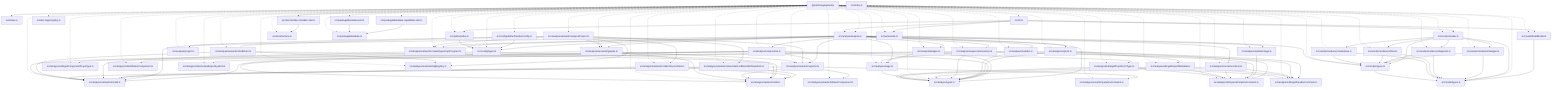
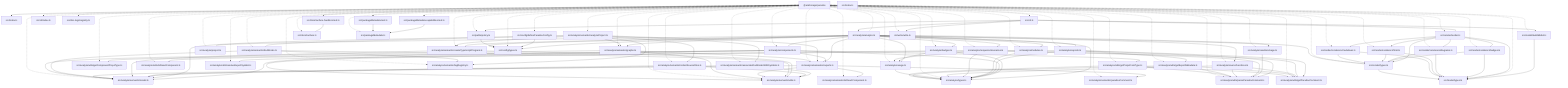
graph TD
  package__ankhorage_paradox["@ankhorage/paradox"]
  entrypoint_src_index_ts["src/index.ts"]
  package__ankhorage_paradox --> entrypoint_src_index_ts
  module_src_analyze_analyze_ts["src/analyze/analyze.ts"]
  package__ankhorage_paradox -.-> module_src_analyze_analyze_ts
  module_src_analyze_analyze_ts --> module_src_analyze_badges_ts
  module_src_analyze_analyze_ts --> module_src_analyze_components_ts
  module_src_analyze_analyze_ts --> module_src_analyze_exports_ts
  module_src_analyze_analyze_ts --> module_src_analyze_modules_ts
  module_src_analyze_analyze_ts --> module_src_analyze_project_ts
  module_src_analyze_analyze_ts --> module_src_analyze_readmeUsage_ts
  module_src_analyze_analyze_ts --> module_src_analyze_semantic_createTypeScriptProgram_ts
  module_src_analyze_analyze_ts --> module_src_analyze_semantic_exports_ts
  module_src_analyze_analyze_ts --> module_src_analyze_semantic_graphs_ts
  module_src_analyze_analyze_ts --> module_src_analyze_sequenceScenarios_ts
  module_src_analyze_analyze_ts --> module_src_analyze_sourceFunctions_ts
  module_src_analyze_analyze_ts --> module_src_analyze_types_ts
  module_src_analyze_analyze_ts --> module_src_analyze_usage_ts
  module_src_analyze_analyze_ts --> module_src_config_types_ts
  module_src_analyze_badges_ts["src/analyze/badges.ts"]
  package__ankhorage_paradox -.-> module_src_analyze_badges_ts
  module_src_analyze_badges_ts --> module_src_analyze_types_ts
  module_src_analyze_badges_ts --> module_src_analyze_usage_ts
  module_src_analyze_components_ts["src/analyze/components.ts"]
  package__ankhorage_paradox -.-> module_src_analyze_components_ts
  module_src_analyze_components_ts --> module_src_analyze_semantic_exports_ts
  module_src_analyze_components_ts --> module_src_analyze_semantic_model_ts
  module_src_analyze_components_ts --> module_src_analyze_types_ts
  module_src_analyze_components_ts --> module_src_analyze_utils_getComponentPropsType_ts
  module_src_analyze_components_ts --> module_src_analyze_utils_getPropsFromType_ts
  module_src_analyze_components_ts --> module_src_analyze_utils_isReactComponent_ts
  module_src_analyze_exports_ts["src/analyze/exports.ts"]
  package__ankhorage_paradox -.-> module_src_analyze_exports_ts
  module_src_analyze_exports_ts --> module_src_analyze_types_ts
  module_src_analyze_exports_ts --> module_src_analyze_utils_getExportMetadata_ts
  module_src_analyze_exports_ts --> module_src_analyze_utils_getParadoxComment_ts
  module_src_analyze_exports_ts --> module_src_analyze_utils_parseParadoxComment_ts
  module_src_analyze_exports_ts --> module_src_analyze_utils_resolveExportSymbol_ts
  module_src_analyze_modules_ts["src/analyze/modules.ts"]
  package__ankhorage_paradox -.-> module_src_analyze_modules_ts
  module_src_analyze_modules_ts --> module_src_analyze_types_ts
  module_src_analyze_project_ts["src/analyze/project.ts"]
  package__ankhorage_paradox -.-> module_src_analyze_project_ts
  module_src_analyze_readmeUsage_ts["src/analyze/readmeUsage.ts"]
  package__ankhorage_paradox -.-> module_src_analyze_readmeUsage_ts
  module_src_analyze_readmeUsage_ts --> module_src_analyze_utils_parseParadoxComment_ts
  module_src_analyze_semantic_analyzeProject_ts["src/analyze/semantic/analyzeProject.ts"]
  package__ankhorage_paradox -.-> module_src_analyze_semantic_analyzeProject_ts
  module_src_analyze_semantic_analyzeProject_ts --> module_src_analyze_semantic_associateDocBlocksWithSymbols_ts
  module_src_analyze_semantic_analyzeProject_ts --> module_src_analyze_semantic_collectSourceFiles_ts
  module_src_analyze_semantic_analyzeProject_ts --> module_src_analyze_semantic_createTypeScriptProgram_ts
  module_src_analyze_semantic_analyzeProject_ts --> module_src_analyze_semantic_docBlocks_ts
  module_src_analyze_semantic_analyzeProject_ts --> module_src_analyze_semantic_exports_ts
  module_src_analyze_semantic_analyzeProject_ts --> module_src_analyze_semantic_graphs_ts
  module_src_analyze_semantic_analyzeProject_ts --> module_src_analyze_semantic_model_ts
  module_src_analyze_semantic_analyzeProject_ts --> module_src_analyze_semantic_tagRegistry_ts
  module_src_analyze_semantic_associateDocBlocksWithSymbols_ts["src/analyze/semantic/associateDocBlocksWithSymbols.ts"]
  package__ankhorage_paradox -.-> module_src_analyze_semantic_associateDocBlocksWithSymbols_ts
  module_src_analyze_semantic_associateDocBlocksWithSymbols_ts --> module_src_analyze_semantic_model_ts
  module_src_analyze_semantic_associateDocBlocksWithSymbols_ts --> module_src_analyze_semantic_utils_ts
  module_src_analyze_semantic_collectSourceFiles_ts["src/analyze/semantic/collectSourceFiles.ts"]
  package__ankhorage_paradox -.-> module_src_analyze_semantic_collectSourceFiles_ts
  module_src_analyze_semantic_collectSourceFiles_ts --> module_src_analyze_semantic_model_ts
  module_src_analyze_semantic_collectSourceFiles_ts --> module_src_analyze_semantic_utils_ts
  module_src_analyze_semantic_createTypeScriptProgram_ts["src/analyze/semantic/createTypeScriptProgram.ts"]
  package__ankhorage_paradox -.-> module_src_analyze_semantic_createTypeScriptProgram_ts
  module_src_analyze_semantic_createTypeScriptProgram_ts --> module_src_analyze_semantic_model_ts
  module_src_analyze_semantic_createTypeScriptProgram_ts --> module_src_analyze_semantic_utils_ts
  module_src_analyze_semantic_docBlocks_ts["src/analyze/semantic/docBlocks.ts"]
  package__ankhorage_paradox -.-> module_src_analyze_semantic_docBlocks_ts
  module_src_analyze_semantic_docBlocks_ts --> module_src_analyze_semantic_model_ts
  module_src_analyze_semantic_docBlocks_ts --> module_src_analyze_semantic_tagRegistry_ts
  module_src_analyze_semantic_docBlocks_ts --> module_src_analyze_semantic_utils_ts
  module_src_analyze_semantic_exports_ts["src/analyze/semantic/exports.ts"]
  package__ankhorage_paradox -.-> module_src_analyze_semantic_exports_ts
  module_src_analyze_semantic_exports_ts --> module_src_analyze_semantic_isReactComponent_ts
  module_src_analyze_semantic_exports_ts --> module_src_analyze_semantic_model_ts
  module_src_analyze_semantic_exports_ts --> module_src_analyze_semantic_paradoxComment_ts
  module_src_analyze_semantic_exports_ts --> module_src_analyze_semantic_utils_ts
  module_src_analyze_semantic_graphs_ts["src/analyze/semantic/graphs.ts"]
  package__ankhorage_paradox -.-> module_src_analyze_semantic_graphs_ts
  module_src_analyze_semantic_graphs_ts --> module_src_analyze_semantic_exports_ts
  module_src_analyze_semantic_graphs_ts --> module_src_analyze_semantic_model_ts
  module_src_analyze_semantic_graphs_ts --> module_src_analyze_semantic_utils_ts
  module_src_analyze_semantic_isReactComponent_ts["src/analyze/semantic/isReactComponent.ts"]
  package__ankhorage_paradox -.-> module_src_analyze_semantic_isReactComponent_ts
  module_src_analyze_semantic_model_ts["src/analyze/semantic/model.ts"]
  package__ankhorage_paradox -.-> module_src_analyze_semantic_model_ts
  module_src_analyze_semantic_paradoxComment_ts["src/analyze/semantic/paradoxComment.ts"]
  package__ankhorage_paradox -.-> module_src_analyze_semantic_paradoxComment_ts
  module_src_analyze_semantic_tagRegistry_ts["src/analyze/semantic/tagRegistry.ts"]
  package__ankhorage_paradox -.-> module_src_analyze_semantic_tagRegistry_ts
  module_src_analyze_semantic_utils_ts["src/analyze/semantic/utils.ts"]
  package__ankhorage_paradox -.-> module_src_analyze_semantic_utils_ts
  module_src_analyze_sequenceScenarios_ts["src/analyze/sequenceScenarios.ts"]
  package__ankhorage_paradox -.-> module_src_analyze_sequenceScenarios_ts
  module_src_analyze_sequenceScenarios_ts --> module_src_analyze_semantic_utils_ts
  module_src_analyze_sequenceScenarios_ts --> module_src_analyze_types_ts
  module_src_analyze_sequenceScenarios_ts --> module_src_analyze_usage_ts
  module_src_analyze_sequenceScenarios_ts --> module_src_analyze_utils_getParadoxComment_ts
  module_src_analyze_sequenceScenarios_ts --> module_src_analyze_utils_parseParadoxComment_ts
  module_src_analyze_sourceFunctions_ts["src/analyze/sourceFunctions.ts"]
  package__ankhorage_paradox -.-> module_src_analyze_sourceFunctions_ts
  module_src_analyze_sourceFunctions_ts --> module_src_analyze_types_ts
  module_src_analyze_sourceFunctions_ts --> module_src_analyze_utils_getParadoxComment_ts
  module_src_analyze_sourceFunctions_ts --> module_src_analyze_utils_parseParadoxComment_ts
  module_src_analyze_types_ts["src/analyze/types.ts"]
  package__ankhorage_paradox -.-> module_src_analyze_types_ts
  module_src_analyze_usage_ts["src/analyze/usage.ts"]
  package__ankhorage_paradox -.-> module_src_analyze_usage_ts
  module_src_analyze_usage_ts --> module_src_analyze_types_ts
  module_src_analyze_utils_getComponentPropsType_ts["src/analyze/utils/getComponentPropsType.ts"]
  package__ankhorage_paradox -.-> module_src_analyze_utils_getComponentPropsType_ts
  module_src_analyze_utils_getExportMetadata_ts["src/analyze/utils/getExportMetadata.ts"]
  package__ankhorage_paradox -.-> module_src_analyze_utils_getExportMetadata_ts
  module_src_analyze_utils_getExportMetadata_ts --> module_src_analyze_types_ts
  module_src_analyze_utils_getExportMetadata_ts --> module_src_analyze_utils_getParadoxComment_ts
  module_src_analyze_utils_getExportMetadata_ts --> module_src_analyze_utils_parseParadoxComment_ts
  module_src_analyze_utils_getParadoxComment_ts["src/analyze/utils/getParadoxComment.ts"]
  package__ankhorage_paradox -.-> module_src_analyze_utils_getParadoxComment_ts
  module_src_analyze_utils_getPropsFromType_ts["src/analyze/utils/getPropsFromType.ts"]
  package__ankhorage_paradox -.-> module_src_analyze_utils_getPropsFromType_ts
  module_src_analyze_utils_getPropsFromType_ts --> module_src_analyze_types_ts
  module_src_analyze_utils_getPropsFromType_ts --> module_src_analyze_utils_getParadoxComment_ts
  module_src_analyze_utils_getPropsFromType_ts --> module_src_analyze_utils_parseParadoxComment_ts
  module_src_analyze_utils_isReactComponent_ts["src/analyze/utils/isReactComponent.ts"]
  package__ankhorage_paradox -.-> module_src_analyze_utils_isReactComponent_ts
  module_src_analyze_utils_parseParadoxComment_ts["src/analyze/utils/parseParadoxComment.ts"]
  package__ankhorage_paradox -.-> module_src_analyze_utils_parseParadoxComment_ts
  module_src_analyze_utils_resolveExportSymbol_ts["src/analyze/utils/resolveExportSymbol.ts"]
  package__ankhorage_paradox -.-> module_src_analyze_utils_resolveExportSymbol_ts
  module_src_cli_ts["src/cli.ts"]
  package__ankhorage_paradox -.-> module_src_cli_ts
  module_src_cli_ts --> module_src_analyze_analyze_ts
  module_src_cli_ts --> module_src_model_buildModel_ts
  module_src_cli_ts --> module_src_paths_policy_ts
  module_src_cli_ts --> module_src_render_render_ts
  module_src_cli_ts --> module_src_write_write_ts
+   module_src_cli_index_ts["src/cli/index.ts"]
+   package__ankhorage_paradox -.-> module_src_cli_index_ts
  module_src_config_defineParadoxConfig_ts["src/config/defineParadoxConfig.ts"]
  package__ankhorage_paradox -.-> module_src_config_defineParadoxConfig_ts
  module_src_config_defineParadoxConfig_ts --> module_src_config_types_ts
  module_src_config_types_ts["src/config/types.ts"]
  package__ankhorage_paradox -.-> module_src_config_types_ts
  module_src_doc_tags_registry_ts["src/doc-tags/registry.ts"]
  package__ankhorage_paradox -.-> module_src_doc_tags_registry_ts
  module_src_docsSurface_handlers_test_ts["src/docsSurface.handlers.test.ts"]
  package__ankhorage_paradox -.-> module_src_docsSurface_handlers_test_ts
  module_src_docsSurface_handlers_test_ts --> module_src_docsSurface_ts
  module_src_docsSurface_ts["src/docsSurface.ts"]
  package__ankhorage_paradox -.-> module_src_docsSurface_ts
  module_src_index_ts["src/index.ts"]
  module_src_model_buildModel_ts["src/model/buildModel.ts"]
  package__ankhorage_paradox -.-> module_src_model_buildModel_ts
  module_src_model_buildModel_ts --> module_src_model_types_ts
  module_src_model_types_ts["src/model/types.ts"]
  package__ankhorage_paradox -.-> module_src_model_types_ts
  module_src_packageMetadata_capabilities_test_ts["src/packageMetadata.capabilities.test.ts"]
  package__ankhorage_paradox -.-> module_src_packageMetadata_capabilities_test_ts
  module_src_packageMetadata_capabilities_test_ts --> module_src_packageMetadata_ts
  module_src_packageMetadata_test_ts["src/packageMetadata.test.ts"]
  package__ankhorage_paradox -.-> module_src_packageMetadata_test_ts
  module_src_packageMetadata_test_ts --> module_src_packageMetadata_ts
  module_src_packageMetadata_ts["src/packageMetadata.ts"]
  package__ankhorage_paradox -.-> module_src_packageMetadata_ts
  module_src_paths_policy_ts["src/paths/policy.ts"]
  package__ankhorage_paradox -.-> module_src_paths_policy_ts
  module_src_paths_policy_ts --> module_src_config_types_ts
  module_src_render_render_ts["src/render/render.ts"]
  package__ankhorage_paradox -.-> module_src_render_render_ts
  module_src_render_render_ts --> module_src_model_types_ts
  module_src_render_render_ts --> module_src_render_renderers_badges_ts
  module_src_render_render_ts --> module_src_render_renderers_diagrams_ts
  module_src_render_render_ts --> module_src_render_renderers_html_ts
  module_src_render_render_ts --> module_src_render_renderers_markdown_ts
  module_src_render_render_ts --> module_src_render_types_ts
  module_src_render_renderers_badges_ts["src/render/renderers/badges.ts"]
  package__ankhorage_paradox -.-> module_src_render_renderers_badges_ts
  module_src_render_renderers_badges_ts --> module_src_model_types_ts
  module_src_render_renderers_badges_ts --> module_src_render_types_ts
  module_src_render_renderers_diagrams_ts["src/render/renderers/diagrams.ts"]
  package__ankhorage_paradox -.-> module_src_render_renderers_diagrams_ts
  module_src_render_renderers_diagrams_ts --> module_src_model_types_ts
  module_src_render_renderers_diagrams_ts --> module_src_render_types_ts
  module_src_render_renderers_html_ts["src/render/renderers/html.ts"]
  package__ankhorage_paradox -.-> module_src_render_renderers_html_ts
  module_src_render_renderers_html_ts --> module_src_model_types_ts
  module_src_render_renderers_html_ts --> module_src_render_types_ts
  module_src_render_renderers_markdown_ts["src/render/renderers/markdown.ts"]
  package__ankhorage_paradox -.-> module_src_render_renderers_markdown_ts
  module_src_render_renderers_markdown_ts --> module_src_model_types_ts
  module_src_render_renderers_markdown_ts --> module_src_render_types_ts
  module_src_render_types_ts["src/render/types.ts"]
  package__ankhorage_paradox -.-> module_src_render_types_ts
  module_src_render_types_ts --> module_src_model_types_ts
  module_src_write_write_ts["src/write/write.ts"]
  package__ankhorage_paradox -.-> module_src_write_write_ts
  module_src_write_write_ts --> module_src_config_types_ts
  module_src_write_write_ts --> module_src_render_types_ts
